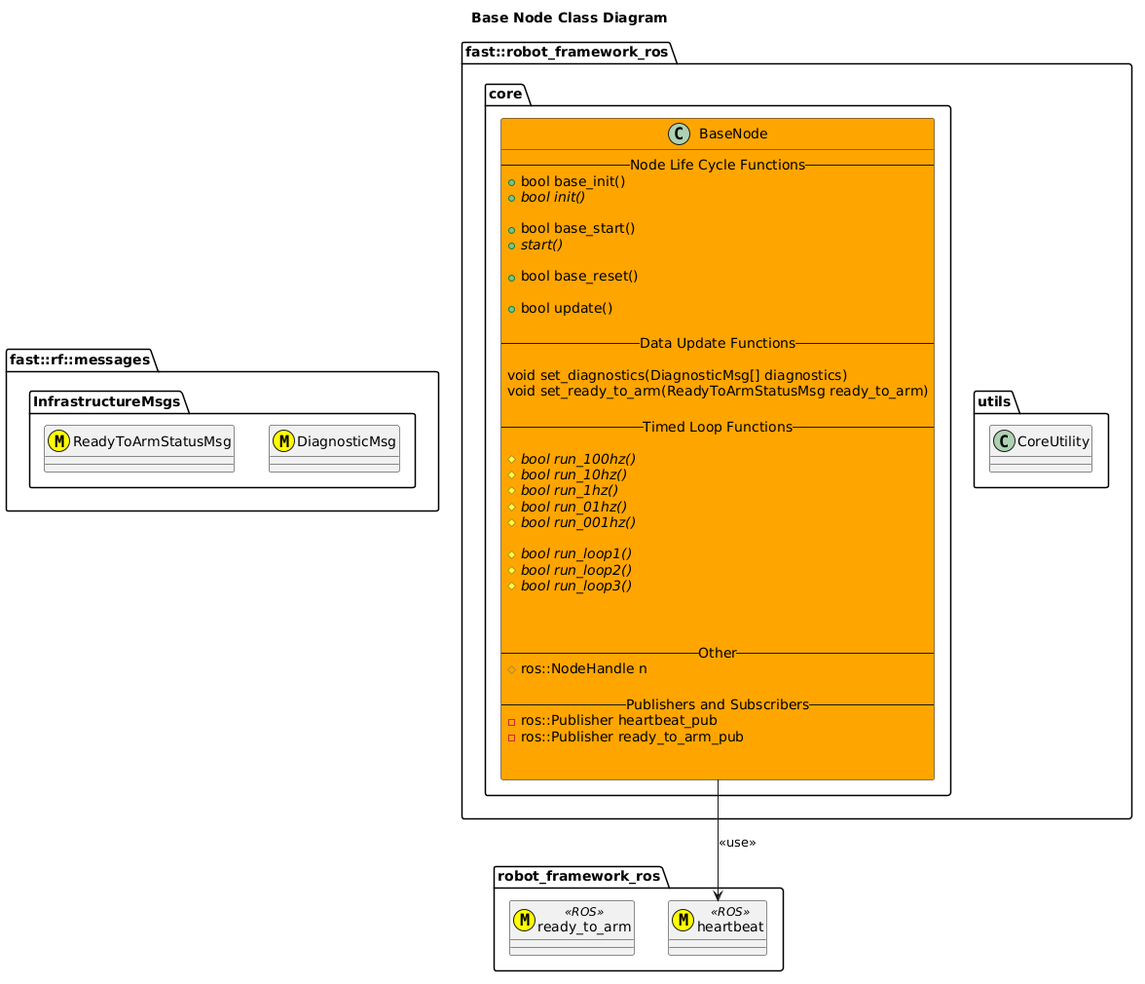
The PlantUML diagram include/robot_framework_ros/doc/puml/BaseNodeClassDiagram.png in fastrobotics/robot_framework_ros, before a commit.
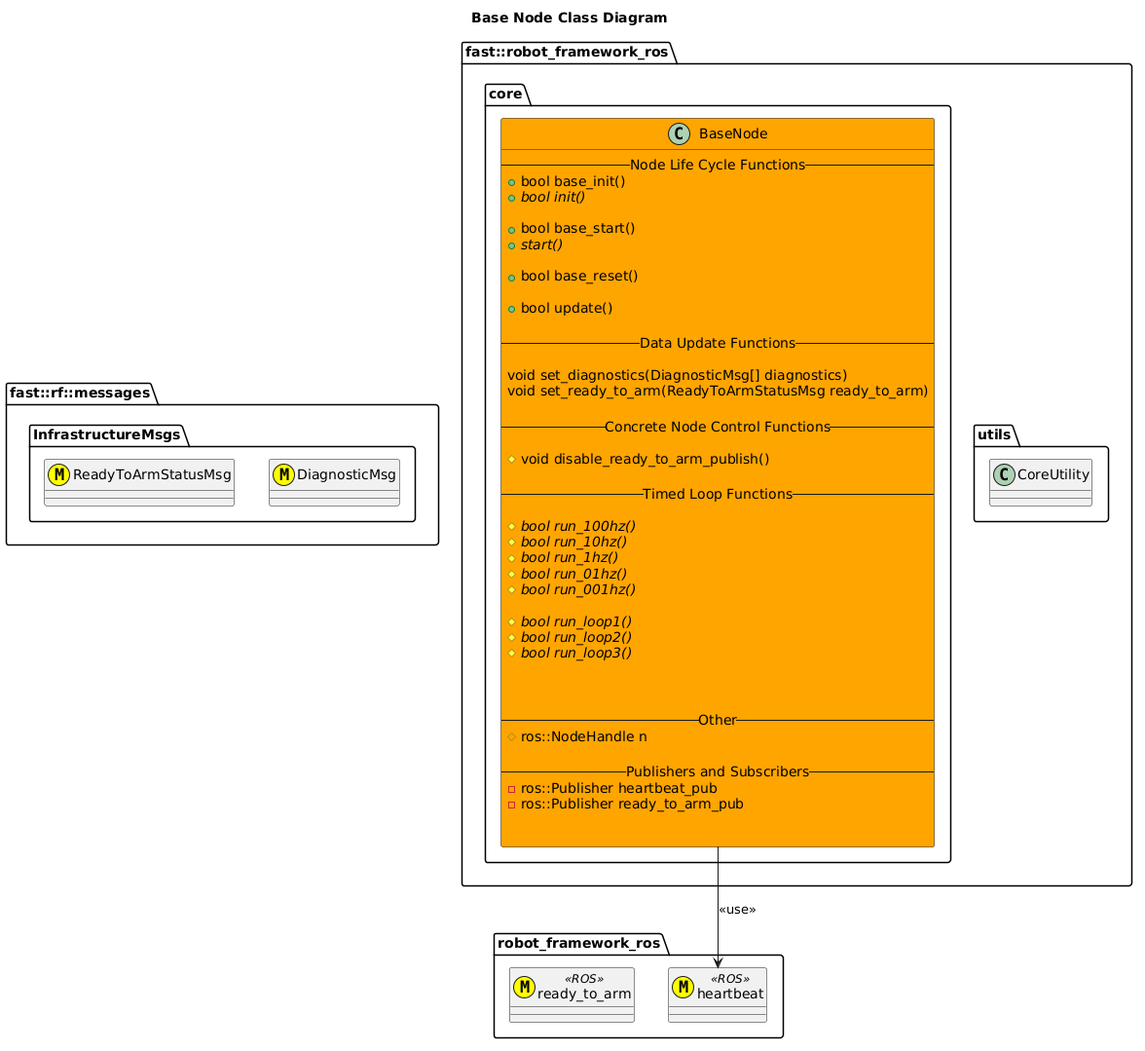
Above is the later version.

Change to the diagram source:
```diff
@@ -32,6 +32,10 @@
             void set_diagnostics(DiagnosticMsg[] diagnostics)
             void set_ready_to_arm(ReadyToArmStatusMsg ready_to_arm)
 
+            --Concrete Node Control Functions--
+
+            #void disable_ready_to_arm_publish()
+
             --Timed Loop Functions--
 
             #{abstract} bool run_100hz()
```
